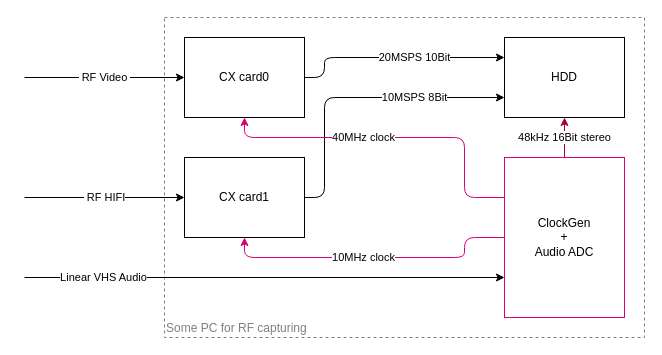
This is overview.drawio from rianhunter/blah, a draw.io file, before an edit. Source tidied: cells renumbered, new cells numbered last; positions are measured from the earlier drawing's top-left corner, leaving out a move shared by most shapes. Both pictures are drawn from the tidied source at 100%, with x=0, y=0 at pixel (24, 17).
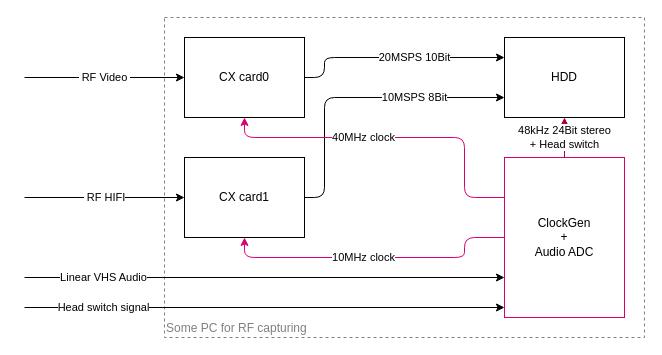
Above is the later version.

The change refers to these unchanged cells:
```xml
<mxCell id="9" value="HDD" style="rounded=0;whiteSpace=wrap;html=1;" parent="3" vertex="1">
  <mxGeometry x="480" y="20" width="120" height="80" as="geometry" />
</mxCell>
<mxCell id="11" value="ClockGen&lt;br&gt;+&lt;br&gt;Audio ADC" style="rounded=0;whiteSpace=wrap;html=1;strokeColor=#D80073;" parent="3" vertex="1">
  <mxGeometry x="480" y="140" width="120" height="160" as="geometry" />
</mxCell>
```

The edit, as a diff of the source:
```diff
@@
-    <mxCell id="15" value="48kHz 16Bit stereo" style="endArrow=classic;html=1;rounded=0;entryX=0.5;entryY=1;entryDx=0;entryDy=0;exitX=0.5;exitY=0;exitDx=0;exitDy=0;fillColor=#d80073;strokeColor=#A50040;" parent="3" edge="1" source="11" target="9">
+    <mxCell id="15" value="48kHz 24Bit stereo&lt;br&gt;+ Head switch" style="endArrow=classic;html=1;rounded=0;entryX=0.5;entryY=1;entryDx=0;entryDy=0;exitX=0.5;exitY=0;exitDx=0;exitDy=0;fillColor=#d80073;strokeColor=#A50040;" parent="3" edge="1" source="11" target="9">
       <mxGeometry relative="1" as="geometry" />
     </mxCell>
+    <mxCell id="16" value="Head switch signal" style="endArrow=classic;html=1;rounded=0;entryX=0;entryY=0.75;entryDx=0;entryDy=0;" parent="3" edge="1">
+      <mxGeometry x="-0.67" relative="1" as="geometry">
+        <mxPoint y="290" as="sourcePoint" />
+        <mxPoint x="480" y="290" as="targetPoint" />
+      </mxGeometry>
+    </mxCell>
```
